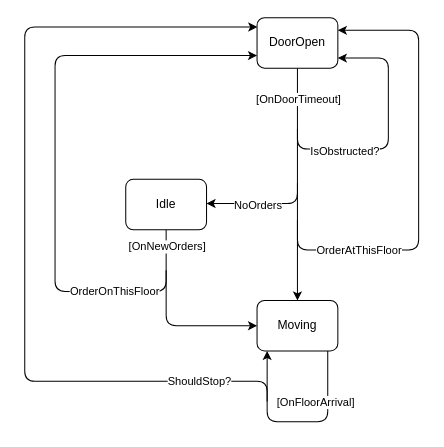
Above: Documentation/elevatorStateUML.drawio in jensmunkerud/ElevatorProject (draw.io), before the change. Source tidied: cells renumbered, new cells numbered last; positions are measured from the earlier drawing's top-left corner, leaving out a move shared by most shapes. Both pictures are drawn from the tidied source at 101%, with x=0, y=0 at pixel (24, 17).
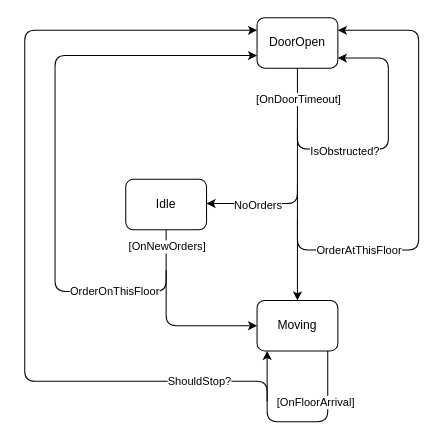
The same page after the edit.

Commit message:
fixed a small line alignment

Unchanged cells that the change refers to:
```xml
<mxCell id="8" value="DoorOpen" style="rounded=1;whiteSpace=wrap;html=1;" parent="1" vertex="1">
  <mxGeometry x="230" width="80" height="50" as="geometry" />
</mxCell>
```

Change to the diagram source:
```diff
@@
-    <mxCell id="17" style="endArrow=classic;html=1;edgeStyle=orthogonalEdgeStyle;entryX=0.003;entryY=0.185;entryDx=0;entryDy=0;entryPerimeter=0;" parent="1" edge="1" target="8">
+    <mxCell id="17" style="endArrow=classic;html=1;edgeStyle=orthogonalEdgeStyle;entryX=0;entryY=0.25;entryDx=0;entryDy=0;" parent="1" edge="1" target="8">
       <mxGeometry relative="1" as="geometry">
         <mxPoint x="240" y="380" as="sourcePoint" />
         <Array as="points">
           <mxPoint x="240" y="360" />
           <mxPoint y="360" />
-          <mxPoint y="10" />
-          <mxPoint x="230" y="10" />
+          <mxPoint y="13" />
         </Array>
       </mxGeometry>
     </mxCell>
```
